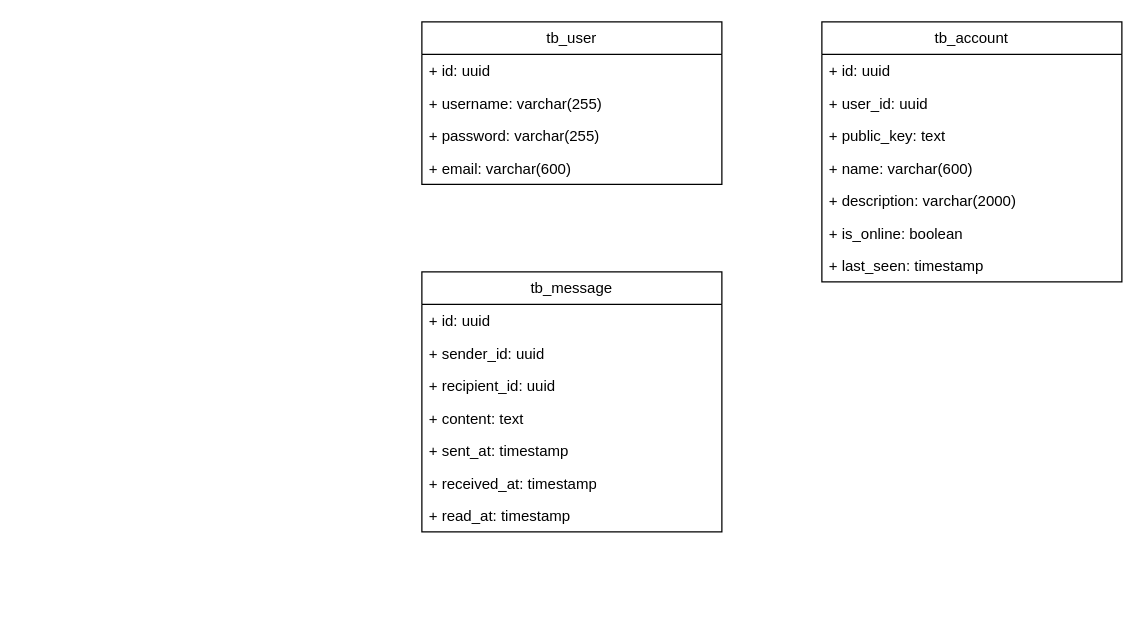
Earlier version of the draw.io diagram docs/database.drawio (ViniciusCN9/nevermind-server). Source tidied: cells renumbered, new cells numbered last; positions are measured from the earlier drawing's top-left corner, leaving out a move shared by most shapes. Both pictures are drawn from the tidied source at 125%, with x=0, y=0 at pixel (421, 21).
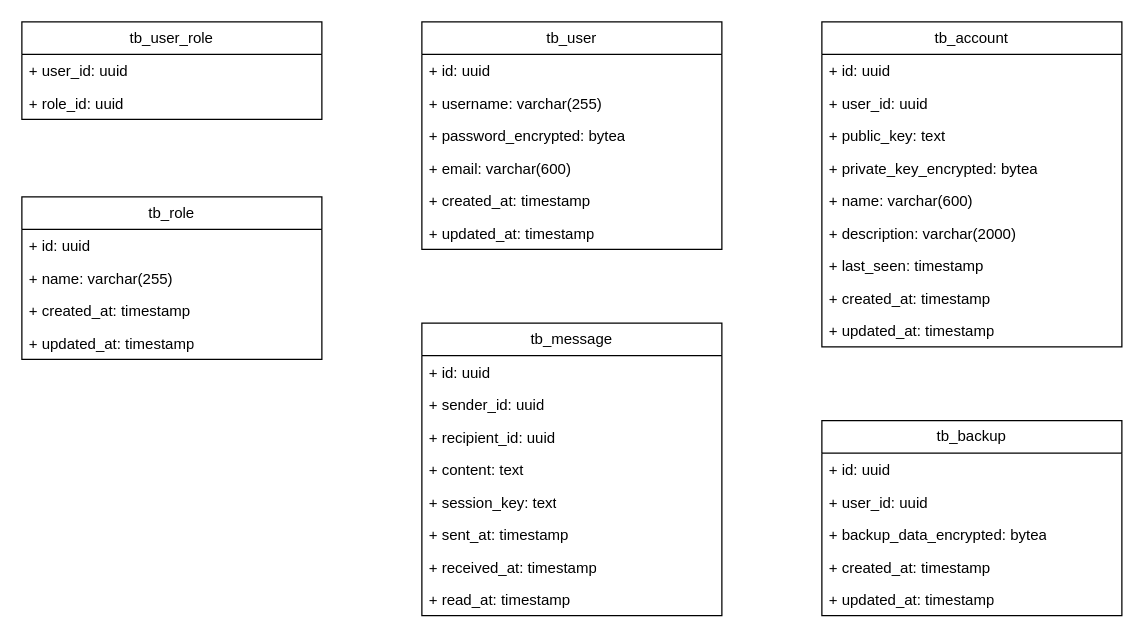
The same diagram, later.

Change to the diagram source:
```diff
@@
     <mxCell id="2" value="tb_user" style="swimlane;fontStyle=0;horizontal=1;startSize=26;fillColor=none;whiteSpace=wrap;html=1;" parent="1" vertex="1">
-      <mxGeometry width="240" height="130" as="geometry" />
+      <mxGeometry width="240" height="182" as="geometry" />
     </mxCell>
@@
-    <mxCell id="5" value="+ password: varchar(255)" style="text;strokeColor=none;fillColor=none;align=left;verticalAlign=top;spacingLeft=4;spacingRight=4;overflow=hidden;whiteSpace=wrap;html=1;" parent="2" vertex="1">
+    <mxCell id="5" value="+ password_encrypted: bytea" style="text;strokeColor=none;fillColor=none;align=left;verticalAlign=top;spacingLeft=4;spacingRight=4;overflow=hidden;whiteSpace=wrap;html=1;" parent="2" vertex="1">
       <mxGeometry y="78" width="240" height="26" as="geometry" />
     </mxCell>
@@
+    <mxCell id="23" value="+ created_at: timestamp" style="text;strokeColor=none;fillColor=none;align=left;verticalAlign=top;spacingLeft=4;spacingRight=4;overflow=hidden;whiteSpace=wrap;html=1;" parent="2" vertex="1">
+      <mxGeometry y="130" width="240" height="26" as="geometry" />
+    </mxCell>
+    <mxCell id="24" value="+ updated_at: timestamp" style="text;strokeColor=none;fillColor=none;align=left;verticalAlign=top;spacingLeft=4;spacingRight=4;overflow=hidden;whiteSpace=wrap;html=1;" parent="2" vertex="1">
+      <mxGeometry y="156" width="240" height="26" as="geometry" />
+    </mxCell>
     <mxCell id="7" value="tb_account" style="swimlane;fontStyle=0;horizontal=1;startSize=26;fillColor=none;whiteSpace=wrap;html=1;" parent="1" vertex="1">
-      <mxGeometry x="320" width="240" height="208" as="geometry" />
+      <mxGeometry x="320" width="240" height="260" as="geometry" />
     </mxCell>
@@
+    <mxCell id="25" value="+ private_key_encrypted: bytea" style="text;strokeColor=none;fillColor=none;align=left;verticalAlign=top;spacingLeft=4;spacingRight=4;overflow=hidden;whiteSpace=wrap;html=1;" parent="7" vertex="1">
+      <mxGeometry y="104" width="240" height="26" as="geometry" />
+    </mxCell>
     <mxCell id="11" value="+ name: varchar(600)" style="text;strokeColor=none;fillColor=none;align=left;verticalAlign=top;spacingLeft=4;spacingRight=4;overflow=hidden;whiteSpace=wrap;html=1;" parent="7" vertex="1">
-      <mxGeometry y="104" width="240" height="26" as="geometry" />
+      <mxGeometry y="130" width="240" height="26" as="geometry" />
     </mxCell>
     <mxCell id="12" value="+ description: varchar(2000)" style="text;strokeColor=none;fillColor=none;align=left;verticalAlign=top;spacingLeft=4;spacingRight=4;overflow=hidden;whiteSpace=wrap;html=1;" parent="7" vertex="1">
-      <mxGeometry y="130" width="240" height="26" as="geometry" />
+      <mxGeometry y="156" width="240" height="26" as="geometry" />
     </mxCell>
-    <mxCell id="13" value="+ is_online: boolean" style="text;strokeColor=none;fillColor=none;align=left;verticalAlign=top;spacingLeft=4;spacingRight=4;overflow=hidden;whiteSpace=wrap;html=1;" parent="7" vertex="1">
-      <mxGeometry y="156" width="240" height="26" as="geometry" />
-    </mxCell>
@@
+    <mxCell id="26" value="+ created_at: timestamp" style="text;strokeColor=none;fillColor=none;align=left;verticalAlign=top;spacingLeft=4;spacingRight=4;overflow=hidden;whiteSpace=wrap;html=1;" parent="7" vertex="1">
+      <mxGeometry y="208" width="240" height="26" as="geometry" />
+    </mxCell>
+    <mxCell id="27" value="+ updated_at: timestamp" style="text;strokeColor=none;fillColor=none;align=left;verticalAlign=top;spacingLeft=4;spacingRight=4;overflow=hidden;whiteSpace=wrap;html=1;" parent="7" vertex="1">
+      <mxGeometry y="234" width="240" height="26" as="geometry" />
+    </mxCell>
     <mxCell id="15" value="tb_message" style="swimlane;fontStyle=0;horizontal=1;startSize=26;fillColor=none;whiteSpace=wrap;html=1;" parent="1" vertex="1">
-      <mxGeometry y="200" width="240" height="208" as="geometry" />
+      <mxGeometry y="241" width="240" height="234" as="geometry" />
     </mxCell>
@@
+    <mxCell id="28" value="+ session_key: text" style="text;strokeColor=none;fillColor=none;align=left;verticalAlign=top;spacingLeft=4;spacingRight=4;overflow=hidden;whiteSpace=wrap;html=1;" parent="15" vertex="1">
+      <mxGeometry y="130" width="240" height="26" as="geometry" />
+    </mxCell>
     <mxCell id="20" value="+ sent_at: timestamp" style="text;strokeColor=none;fillColor=none;align=left;verticalAlign=top;spacingLeft=4;spacingRight=4;overflow=hidden;whiteSpace=wrap;html=1;" parent="15" vertex="1">
-      <mxGeometry y="130" width="240" height="26" as="geometry" />
+      <mxGeometry y="156" width="240" height="26" as="geometry" />
     </mxCell>
     <mxCell id="21" value="+ received_at: timestamp" style="text;strokeColor=none;fillColor=none;align=left;verticalAlign=top;spacingLeft=4;spacingRight=4;overflow=hidden;whiteSpace=wrap;html=1;" parent="15" vertex="1">
-      <mxGeometry y="156" width="240" height="26" as="geometry" />
+      <mxGeometry y="182" width="240" height="26" as="geometry" />
     </mxCell>
     <mxCell id="22" value="+ read_at: timestamp" style="text;strokeColor=none;fillColor=none;align=left;verticalAlign=top;spacingLeft=4;spacingRight=4;overflow=hidden;whiteSpace=wrap;html=1;" parent="15" vertex="1">
-      <mxGeometry y="182" width="240" height="26" as="geometry" />
+      <mxGeometry y="208" width="240" height="26" as="geometry" />
     </mxCell>
+    <mxCell id="29" value="tb_backup" style="swimlane;fontStyle=0;horizontal=1;startSize=26;fillColor=none;whiteSpace=wrap;html=1;" parent="1" vertex="1">
+      <mxGeometry x="320" y="319" width="240" height="156" as="geometry" />
+    </mxCell>
+    <mxCell id="30" value="+ id: uuid" style="text;strokeColor=none;fillColor=none;align=left;verticalAlign=top;spacingLeft=4;spacingRight=4;overflow=hidden;whiteSpace=wrap;html=1;" parent="29" vertex="1">
+      <mxGeometry y="26" width="240" height="26" as="geometry" />
+    </mxCell>
+    <mxCell id="31" value="+ user_id: uuid" style="text;strokeColor=none;fillColor=none;align=left;verticalAlign=top;spacingLeft=4;spacingRight=4;overflow=hidden;whiteSpace=wrap;html=1;" parent="29" vertex="1">
+      <mxGeometry y="52" width="240" height="26" as="geometry" />
+    </mxCell>
+    <mxCell id="32" value="+ backup_data_encrypted: bytea" style="text;strokeColor=none;fillColor=none;align=left;verticalAlign=top;spacingLeft=4;spacingRight=4;overflow=hidden;whiteSpace=wrap;html=1;" parent="29" vertex="1">
+      <mxGeometry y="78" width="240" height="26" as="geometry" />
+    </mxCell>
+    <mxCell id="33" value="+ created_at: timestamp" style="text;strokeColor=none;fillColor=none;align=left;verticalAlign=top;spacingLeft=4;spacingRight=4;overflow=hidden;whiteSpace=wrap;html=1;" parent="29" vertex="1">
+      <mxGeometry y="104" width="240" height="26" as="geometry" />
+    </mxCell>
+    <mxCell id="34" value="+ updated_at: timestamp" style="text;strokeColor=none;fillColor=none;align=left;verticalAlign=top;spacingLeft=4;spacingRight=4;overflow=hidden;whiteSpace=wrap;html=1;" parent="29" vertex="1">
+      <mxGeometry y="130" width="240" height="26" as="geometry" />
+    </mxCell>
+    <mxCell id="35" value="tb_role" style="swimlane;fontStyle=0;horizontal=1;startSize=26;fillColor=none;whiteSpace=wrap;html=1;" parent="1" vertex="1">
+      <mxGeometry x="-320" y="140" width="240" height="130" as="geometry" />
+    </mxCell>
+    <mxCell id="36" value="+ id: uuid" style="text;strokeColor=none;fillColor=none;align=left;verticalAlign=top;spacingLeft=4;spacingRight=4;overflow=hidden;whiteSpace=wrap;html=1;" parent="35" vertex="1">
+      <mxGeometry y="26" width="240" height="26" as="geometry" />
+    </mxCell>
+    <mxCell id="37" value="+ name: varchar(255)" style="text;strokeColor=none;fillColor=none;align=left;verticalAlign=top;spacingLeft=4;spacingRight=4;overflow=hidden;whiteSpace=wrap;html=1;" parent="35" vertex="1">
+      <mxGeometry y="52" width="240" height="26" as="geometry" />
+    </mxCell>
+    <mxCell id="38" value="+ created_at: timestamp" style="text;strokeColor=none;fillColor=none;align=left;verticalAlign=top;spacingLeft=4;spacingRight=4;overflow=hidden;whiteSpace=wrap;html=1;" parent="35" vertex="1">
+      <mxGeometry y="78" width="240" height="26" as="geometry" />
+    </mxCell>
+    <mxCell id="39" value="+ updated_at: timestamp" style="text;strokeColor=none;fillColor=none;align=left;verticalAlign=top;spacingLeft=4;spacingRight=4;overflow=hidden;whiteSpace=wrap;html=1;" parent="35" vertex="1">
+      <mxGeometry y="104" width="240" height="26" as="geometry" />
+    </mxCell>
+    <mxCell id="40" value="tb_user_role" style="swimlane;fontStyle=0;horizontal=1;startSize=26;fillColor=none;whiteSpace=wrap;html=1;" parent="1" vertex="1">
+      <mxGeometry x="-320" width="240" height="78" as="geometry" />
+    </mxCell>
+    <mxCell id="41" value="+ user_id: uuid" style="text;strokeColor=none;fillColor=none;align=left;verticalAlign=top;spacingLeft=4;spacingRight=4;overflow=hidden;whiteSpace=wrap;html=1;" parent="40" vertex="1">
+      <mxGeometry y="26" width="240" height="26" as="geometry" />
+    </mxCell>
+    <mxCell id="42" value="+ role_id: uuid" style="text;strokeColor=none;fillColor=none;align=left;verticalAlign=top;spacingLeft=4;spacingRight=4;overflow=hidden;whiteSpace=wrap;html=1;" parent="40" vertex="1">
+      <mxGeometry y="52" width="240" height="26" as="geometry" />
+    </mxCell>
```
